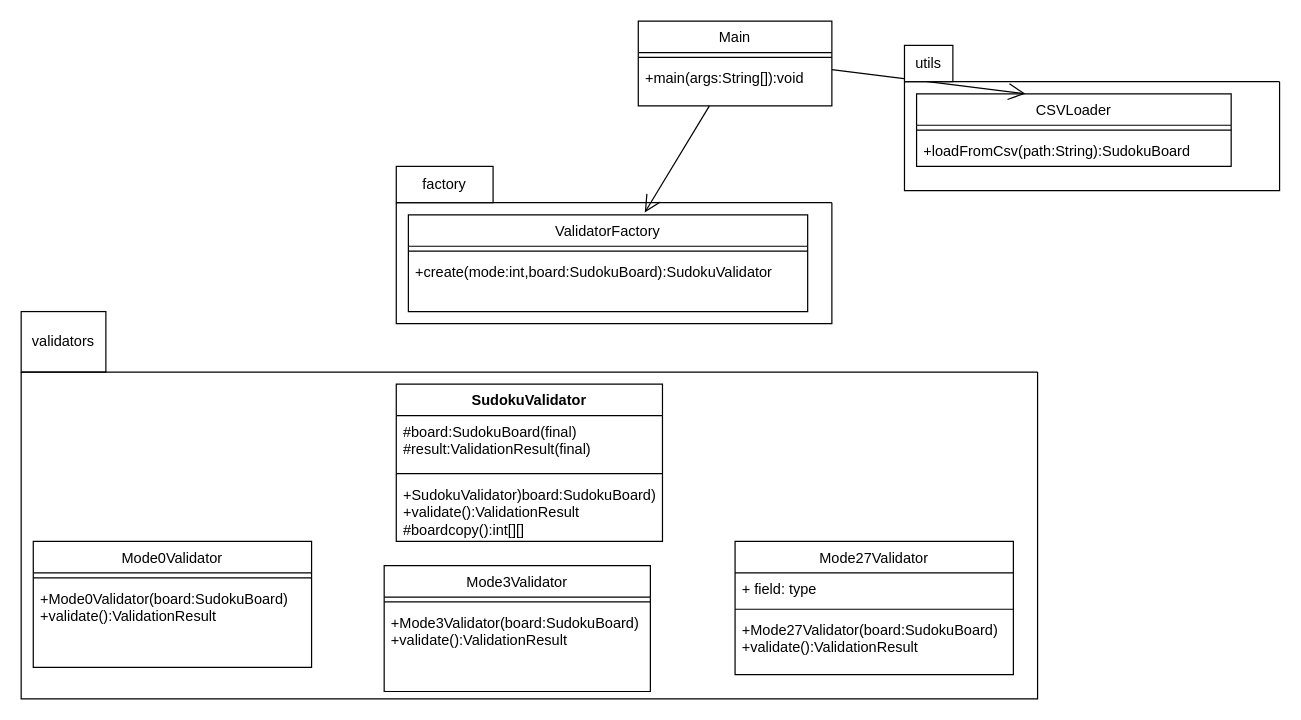
ProgrammingII-projects/Soduko-Generator keeps this draw.io diagram as UML/Class_diagram.drawio. Above is the earlier version. Source tidied: cells renumbered, new cells numbered last; positions are measured from the earlier drawing's top-left corner, leaving out a move shared by most shapes. Both pictures are drawn from the tidied source at 121%, with x=0, y=0 at pixel (21, 21).
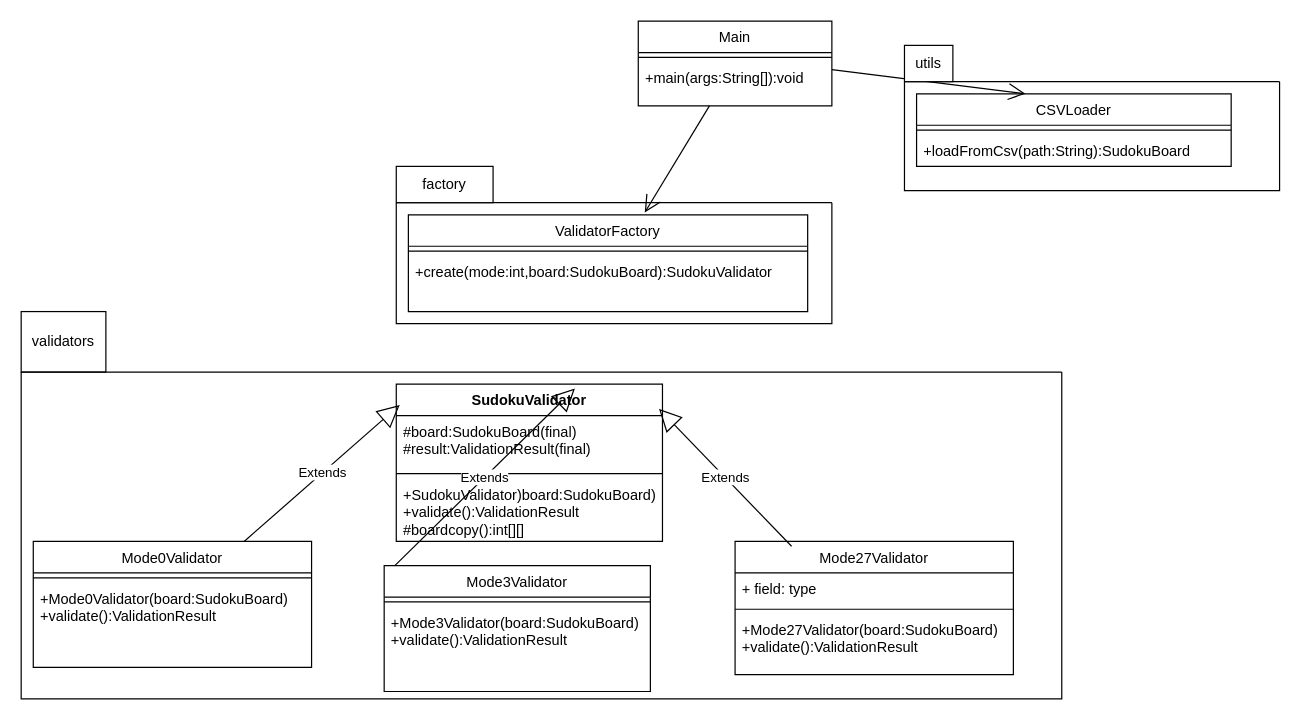
After the change.

Commit message:
added the 3 mode validator and all of them extend from SudokuValidator class

Unchanged cells that the change refers to:
```xml
<mxCell id="17" value="&lt;span style=&quot;font-weight: normal;&quot;&gt;Mode27Validator&lt;/span&gt;" style="swimlane;fontStyle=1;align=center;verticalAlign=top;horizontal=1;startSize=26;whiteSpace=wrap;html=1;" parent="1" vertex="1">
  <mxGeometry x="590" y="430" width="230" height="110" as="geometry" />
</mxCell>
<mxCell id="21" value="&lt;span style=&quot;font-weight: normal;&quot;&gt;Mode3Validator&lt;/span&gt;" style="swimlane;fontStyle=1;align=center;verticalAlign=top;horizontal=1;startSize=26;whiteSpace=wrap;html=1;" parent="1" vertex="1">
  <mxGeometry x="300" y="450" width="220" height="104" as="geometry" />
</mxCell>
<mxCell id="24" value="&lt;span style=&quot;font-weight: 400;&quot;&gt;Mode0Validator&lt;/span&gt;" style="swimlane;fontStyle=1;align=center;verticalAlign=top;horizontal=1;startSize=26;whiteSpace=wrap;html=1;" parent="1" vertex="1">
  <mxGeometry x="10" y="430" width="230" height="104" as="geometry" />
</mxCell>
<mxCell id="29" value="SudokuValidator" style="swimlane;fontStyle=1;align=center;verticalAlign=top;horizontal=1;startSize=26;whiteSpace=wrap;html=1;" parent="1" vertex="1">
  <mxGeometry x="310" y="300" width="220" height="130" as="geometry" />
</mxCell>
```

Change to the diagram source:
```diff
@@
-    <mxCell id="33" style="swimlane;startSize=0;" parent="1" vertex="1">
-      <mxGeometry y="290" width="840" height="270" as="geometry" />
-    </mxCell>
+    <mxCell id="34" value="Extends" style="endArrow=block;endSize=16;endFill=0;html=1;entryX=0.013;entryY=0.132;entryDx=0;entryDy=0;entryPerimeter=0;" parent="1" edge="1" source="24" target="29">
+      <mxGeometry relative="1" as="geometry" />
+    </mxCell>
+    <mxCell id="35" value="Extends" style="endArrow=block;endSize=16;endFill=0;html=1;exitX=0.203;exitY=0.036;exitDx=0;exitDy=0;exitPerimeter=0;entryX=0.987;entryY=0.157;entryDx=0;entryDy=0;entryPerimeter=0;" parent="1" edge="1" source="17" target="29">
+      <mxGeometry relative="1" as="geometry" />
+    </mxCell>
+    <mxCell id="36" value="Extends" style="endArrow=block;endSize=16;endFill=0;html=1;exitX=0.04;exitY=0;exitDx=0;exitDy=0;exitPerimeter=0;entryX=0.671;entryY=0.028;entryDx=0;entryDy=0;entryPerimeter=0;" parent="1" edge="1" source="21" target="29">
+      <mxGeometry relative="1" as="geometry" />
+    </mxCell>
+    <mxCell id="37" style="swimlane;startSize=0;" parent="1" vertex="1">
+      <mxGeometry y="290" width="860" height="270" as="geometry" />
+    </mxCell>
```
